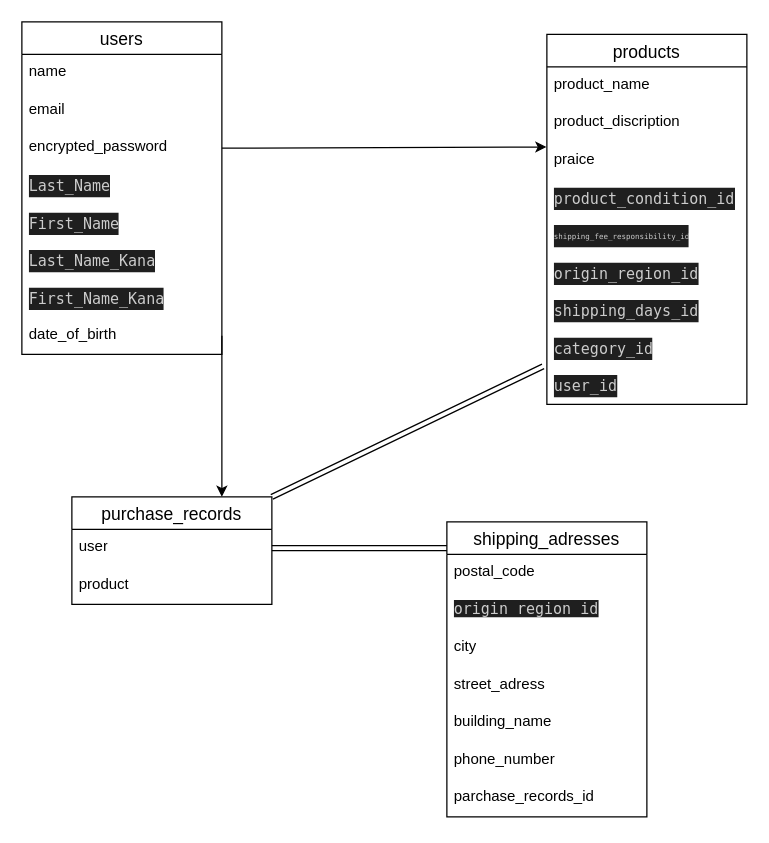
Earlier version of the draw.io diagram test.dio (tysoccerow2316-svg/furima-47559). Source tidied: cells renumbered, new cells numbered last; positions are measured from the earlier drawing's top-left corner, leaving out a move shared by most shapes. Both pictures are drawn from the tidied source at 125%, with x=0, y=0 at pixel (21, 21).
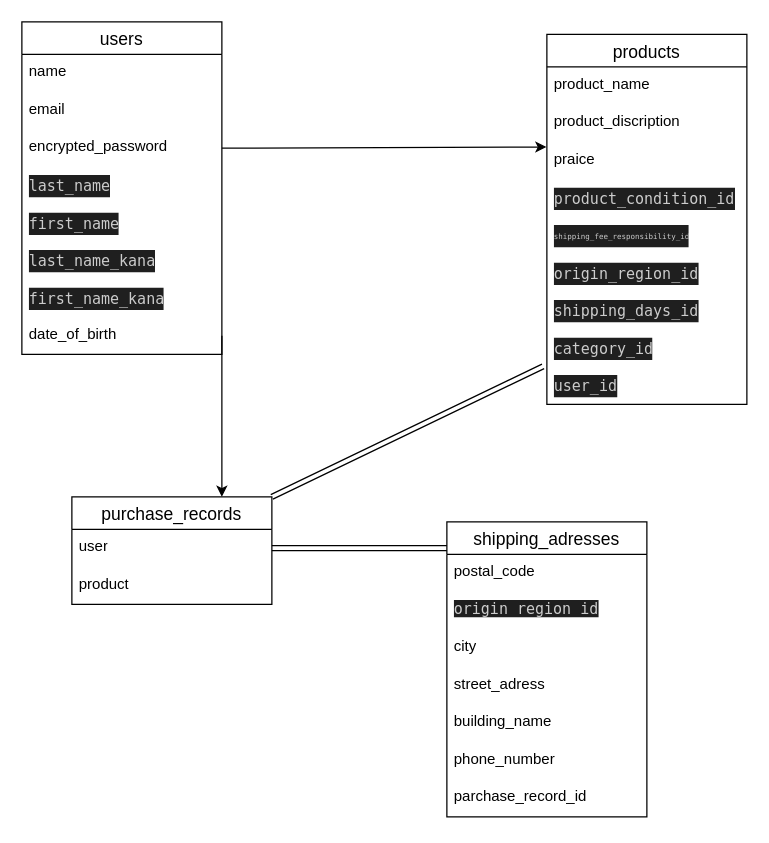
After the change.

Commit message (it also covers changes not shown here):
修正４コミット

Unchanged cells that the change refers to:
```xml
<mxCell id="2" value="users" style="swimlane;fontStyle=0;horizontal=1;startSize=26;align=center;fontSize=14;" parent="1" vertex="1">
  <mxGeometry width="160" height="266" as="geometry" />
</mxCell>
<mxCell id="27" value="shipping_adresses" style="swimlane;fontStyle=0;horizontal=1;startSize=26;align=center;fontSize=14;" parent="1" vertex="1">
  <mxGeometry x="340" y="400" width="160" height="236" as="geometry" />
</mxCell>
```

What changed in the source:
```diff
@@
-    <mxCell id="6" value="&lt;div style=&quot;color: rgb(204, 204, 204); background-color: rgb(31, 31, 31); font-family: Menlo, Monaco, &amp;quot;Courier New&amp;quot;, monospace; line-height: 18px; white-space: pre;&quot;&gt;&lt;span style=&quot;color: rgb(204, 204, 204);&quot;&gt;Last_Name&lt;/span&gt;&lt;/div&gt;" style="text;strokeColor=none;fillColor=none;spacingLeft=4;spacingRight=4;overflow=hidden;fontSize=12;whiteSpace=wrap;html=1;" parent="2" vertex="1">
+    <mxCell id="6" value="&lt;div style=&quot;color: rgb(204, 204, 204); background-color: rgb(31, 31, 31); font-family: Menlo, Monaco, &amp;quot;Courier New&amp;quot;, monospace; line-height: 18px; white-space: pre;&quot;&gt;&lt;span style=&quot;color: rgb(204, 204, 204);&quot;&gt;last_name&lt;/span&gt;&lt;/div&gt;" style="text;strokeColor=none;fillColor=none;spacingLeft=4;spacingRight=4;overflow=hidden;fontSize=12;whiteSpace=wrap;html=1;" parent="2" vertex="1">
       <mxGeometry y="116" width="160" height="30" as="geometry" />
     </mxCell>
-    <mxCell id="7" value="&lt;div style=&quot;color: rgb(204, 204, 204); background-color: rgb(31, 31, 31); font-family: Menlo, Monaco, &amp;quot;Courier New&amp;quot;, monospace; line-height: 18px; white-space: pre;&quot;&gt;&lt;span style=&quot;color: rgb(204, 204, 204);&quot;&gt;First_Name&lt;/span&gt;&lt;/div&gt;" style="text;strokeColor=none;fillColor=none;spacingLeft=4;spacingRight=4;overflow=hidden;fontSize=12;whiteSpace=wrap;html=1;" parent="2" vertex="1">
+    <mxCell id="7" value="&lt;div style=&quot;color: rgb(204, 204, 204); background-color: rgb(31, 31, 31); font-family: Menlo, Monaco, &amp;quot;Courier New&amp;quot;, monospace; line-height: 18px; white-space: pre;&quot;&gt;&lt;span style=&quot;color: rgb(204, 204, 204);&quot;&gt;first_name&lt;/span&gt;&lt;/div&gt;" style="text;strokeColor=none;fillColor=none;spacingLeft=4;spacingRight=4;overflow=hidden;fontSize=12;whiteSpace=wrap;html=1;" parent="2" vertex="1">
       <mxGeometry y="146" width="160" height="30" as="geometry" />
     </mxCell>
-    <mxCell id="8" value="&lt;div style=&quot;color: rgb(204, 204, 204); background-color: rgb(31, 31, 31); font-family: Menlo, Monaco, &amp;quot;Courier New&amp;quot;, monospace; line-height: 18px; white-space: pre;&quot;&gt;&lt;span style=&quot;color: rgb(204, 204, 204);&quot;&gt;Last_Name_Kana&lt;/span&gt;&lt;/div&gt;" style="text;strokeColor=none;fillColor=none;spacingLeft=4;spacingRight=4;overflow=hidden;fontSize=12;whiteSpace=wrap;html=1;" parent="2" vertex="1">
+    <mxCell id="8" value="&lt;div style=&quot;color: rgb(204, 204, 204); background-color: rgb(31, 31, 31); font-family: Menlo, Monaco, &amp;quot;Courier New&amp;quot;, monospace; line-height: 18px; white-space: pre;&quot;&gt;&lt;span style=&quot;color: rgb(204, 204, 204);&quot;&gt;last_name_kana&lt;/span&gt;&lt;/div&gt;" style="text;strokeColor=none;fillColor=none;spacingLeft=4;spacingRight=4;overflow=hidden;fontSize=12;whiteSpace=wrap;html=1;" parent="2" vertex="1">
       <mxGeometry y="176" width="160" height="30" as="geometry" />
     </mxCell>
-    <mxCell id="9" value="&lt;div style=&quot;color: rgb(204, 204, 204); background-color: rgb(31, 31, 31); font-family: Menlo, Monaco, &amp;quot;Courier New&amp;quot;, monospace; line-height: 18px; white-space: pre;&quot;&gt;&lt;span style=&quot;color: rgb(204, 204, 204);&quot;&gt;First_Name_Kana&lt;/span&gt;&lt;/div&gt;" style="text;strokeColor=none;fillColor=none;spacingLeft=4;spacingRight=4;overflow=hidden;fontSize=12;whiteSpace=wrap;html=1;" parent="2" vertex="1">
+    <mxCell id="9" value="&lt;div style=&quot;color: rgb(204, 204, 204); background-color: rgb(31, 31, 31); font-family: Menlo, Monaco, &amp;quot;Courier New&amp;quot;, monospace; line-height: 18px; white-space: pre;&quot;&gt;&lt;span style=&quot;color: rgb(204, 204, 204);&quot;&gt;first_name_kana&lt;/span&gt;&lt;/div&gt;" style="text;strokeColor=none;fillColor=none;spacingLeft=4;spacingRight=4;overflow=hidden;fontSize=12;whiteSpace=wrap;html=1;" parent="2" vertex="1">
       <mxGeometry y="206" width="160" height="30" as="geometry" />
     </mxCell>
@@
-    <mxCell id="34" value="parchase_records_id" style="text;strokeColor=none;fillColor=none;spacingLeft=4;spacingRight=4;overflow=hidden;fontSize=12;whiteSpace=wrap;html=1;" parent="27" vertex="1">
+    <mxCell id="34" value="parchase_record_id" style="text;strokeColor=none;fillColor=none;spacingLeft=4;spacingRight=4;overflow=hidden;fontSize=12;whiteSpace=wrap;html=1;" parent="27" vertex="1">
       <mxGeometry y="206" width="160" height="30" as="geometry" />
     </mxCell>
```
